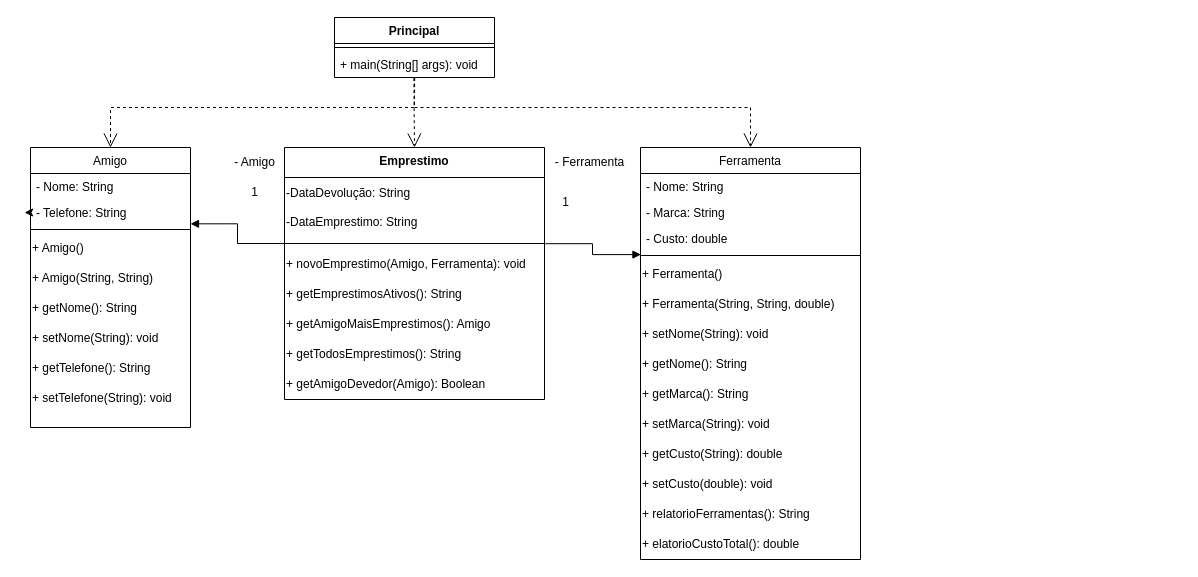
The draw.io diagram Diagrama sem nome.drawio in felipeghizo/Emprestimo_Ferramentas, before the edit. Source tidied: cells renumbered, new cells numbered last; positions are measured from the earlier drawing's top-left corner, leaving out a move shared by most shapes. Both pictures are drawn from the tidied source at 100%, with x=0, y=0 at pixel (30, 17).
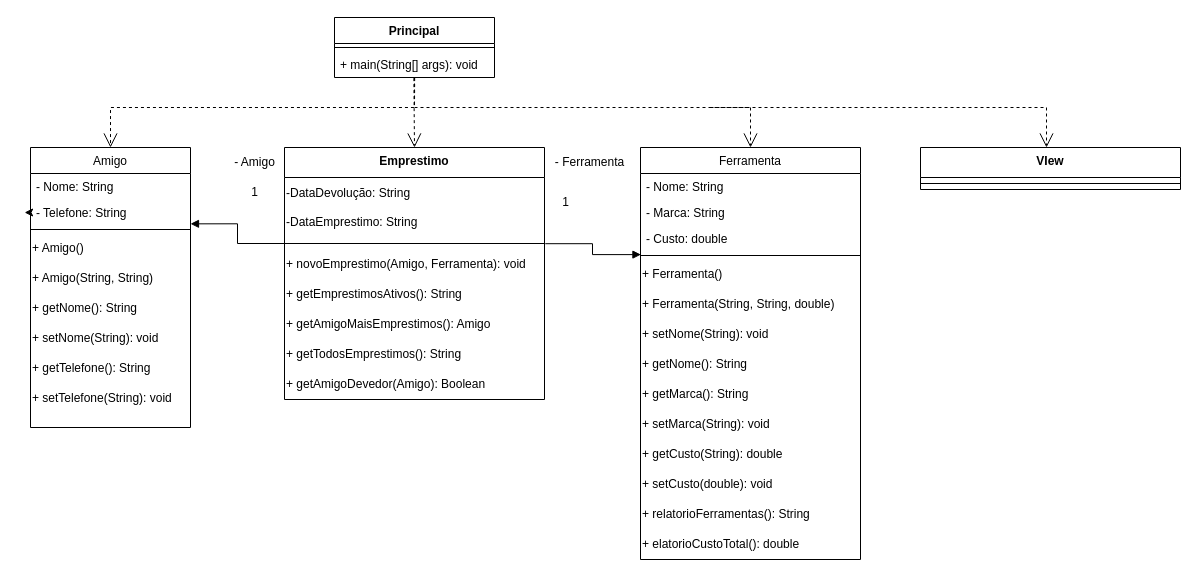
The same page after the edit.

The edit, as a diff of the source:
```diff
@@
+    <mxCell id="48" value="VIew" style="swimlane;fontStyle=1;align=center;verticalAlign=top;horizontal=1;startSize=30;whiteSpace=wrap;html=1;" parent="1" vertex="1">
+      <mxGeometry x="890" y="130" width="260" height="42" as="geometry" />
+    </mxCell>
+    <mxCell id="49" style="line;strokeWidth=1;fillColor=none;align=left;verticalAlign=middle;spacingTop=-1;spacingLeft=3;spacingRight=3;labelPosition=right;strokeColor=inherit;" parent="48" vertex="1">
+      <mxGeometry y="30" width="260" height="12" as="geometry" />
+    </mxCell>
+    <mxCell id="50" style="endArrow=open;endSize=12;dashed=1;html=1;rounded=0;entryX=0.5;entryY=0;entryDx=0;entryDy=0;" parent="1" edge="1">
+      <mxGeometry x="0.23" y="70" relative="1" as="geometry">
+        <mxPoint x="680" y="90" as="sourcePoint" />
+        <mxPoint x="1016" y="130" as="targetPoint" />
+        <Array as="points">
+          <mxPoint x="680" y="90" />
+          <mxPoint x="1016" y="90" />
+        </Array>
+      </mxGeometry>
+    </mxCell>
```
